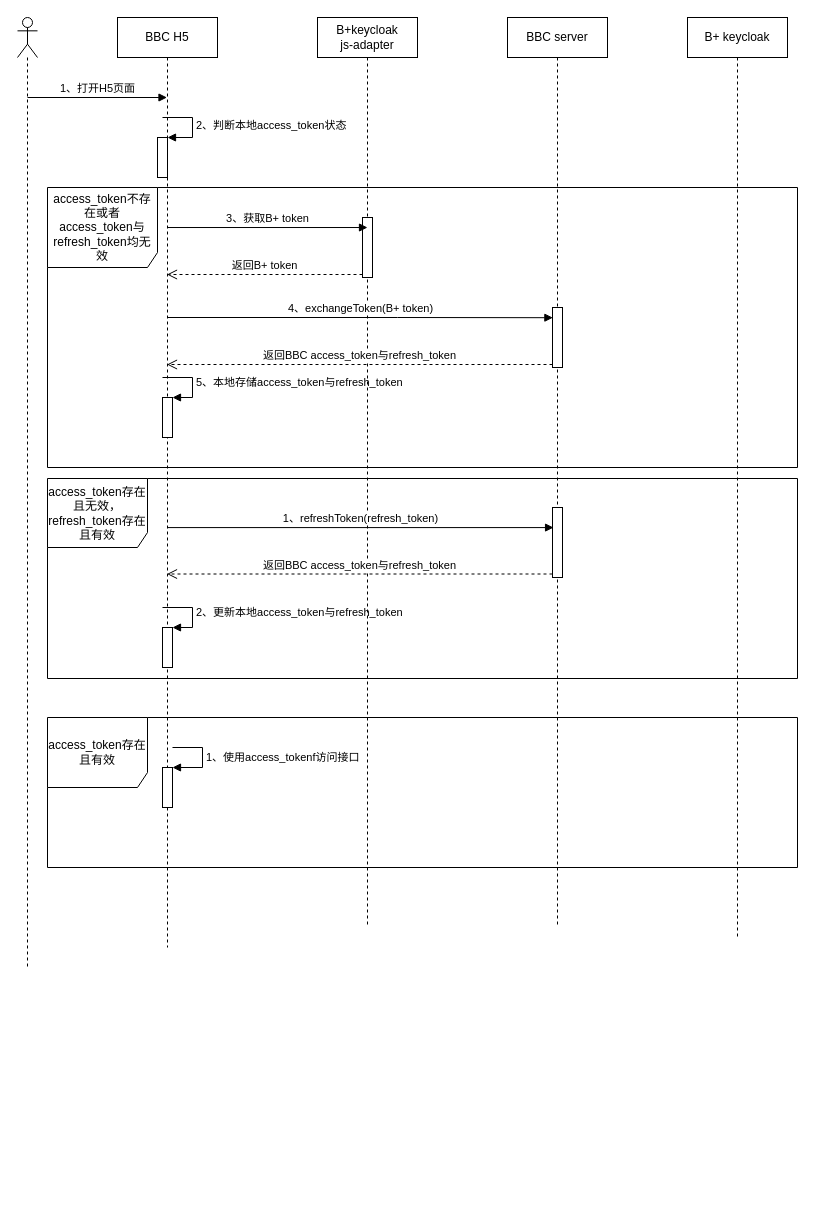
Before: BBC授权流程.drawio in huturenji/drawio, a draw.io diagram. Source tidied: cells renumbered, new cells numbered last; positions are measured from the earlier drawing's top-left corner, leaving out a move shared by most shapes. Both pictures are drawn from the tidied source at 100%, with x=0, y=0 at pixel (17, 17).
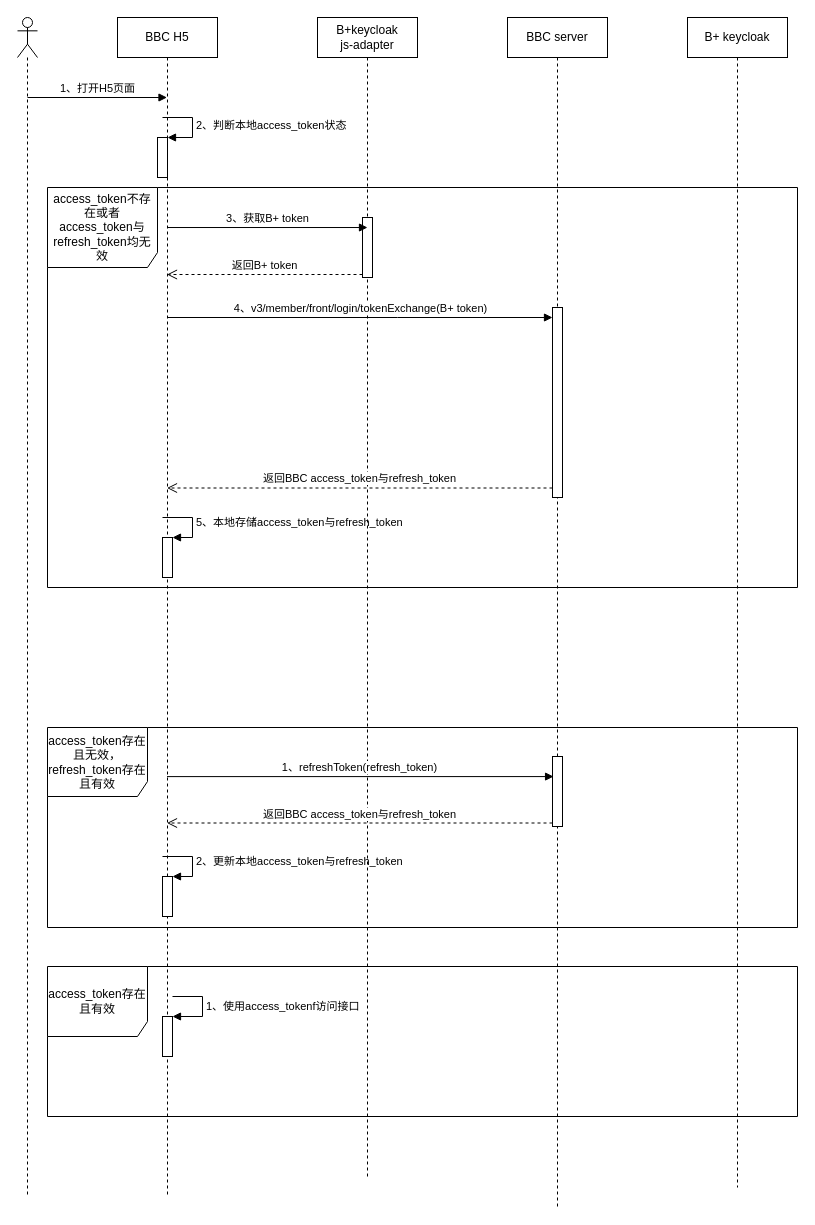
The same diagram, later.

Commit message:
更新BBC授权流程.drawio

Change to the diagram source:
```diff
@@
     <mxCell id="2" value="access_token存在且无效，refresh_token存在且有效" style="shape=umlFrame;whiteSpace=wrap;html=1;width=100;height=69;" parent="1" vertex="1">
-      <mxGeometry x="30" y="461" width="750" height="200" as="geometry" />
+      <mxGeometry x="30" y="710" width="750" height="200" as="geometry" />
     </mxCell>
     <mxCell id="3" value="access_token不存在或者access_token与refresh_token均无效" style="shape=umlFrame;whiteSpace=wrap;html=1;width=110;height=80;" parent="1" vertex="1">
-      <mxGeometry x="30" y="170" width="750" height="280" as="geometry" />
+      <mxGeometry x="30" y="170" width="750" height="400" as="geometry" />
     </mxCell>
     <mxCell id="4" value="BBC H5" style="shape=umlLifeline;perimeter=lifelinePerimeter;whiteSpace=wrap;html=1;outlineConnect=0;" parent="1" vertex="1">
-      <mxGeometry x="100" width="100" height="930" as="geometry" />
+      <mxGeometry x="100" width="100" height="1180" as="geometry" />
     </mxCell>
@@
     <mxCell id="7" style="html=1;points=[];perimeter=orthogonalPerimeter;" parent="4" vertex="1">
-      <mxGeometry x="45" y="380" width="10" height="40" as="geometry" />
+      <mxGeometry x="45" y="520" width="10" height="40" as="geometry" />
     </mxCell>
     <mxCell id="8" value="5、本地存储access_token与refresh_token" style="edgeStyle=orthogonalEdgeStyle;html=1;align=left;spacingLeft=2;endArrow=block;rounded=0;entryX=1;entryY=0;" parent="4" edge="1" target="7">
       <mxGeometry relative="1" as="geometry">
-        <mxPoint x="45" y="360" as="sourcePoint" />
+        <mxPoint x="45" y="500" as="sourcePoint" />
         <Array as="points">
-          <mxPoint x="45" y="360" />
-          <mxPoint x="75" y="360" />
-          <mxPoint x="75" y="380" />
+          <mxPoint x="45" y="500" />
+          <mxPoint x="75" y="500" />
+          <mxPoint x="75" y="520" />
         </Array>
       </mxGeometry>
     </mxCell>
     <mxCell id="9" style="html=1;points=[];perimeter=orthogonalPerimeter;" parent="4" vertex="1">
-      <mxGeometry x="45" y="610" width="10" height="40" as="geometry" />
+      <mxGeometry x="45" y="859" width="10" height="40" as="geometry" />
     </mxCell>
     <mxCell id="10" value="2、更新本地access_token与refresh_token" style="edgeStyle=orthogonalEdgeStyle;html=1;align=left;spacingLeft=2;endArrow=block;rounded=0;entryX=1;entryY=0;" parent="4" edge="1" target="9">
       <mxGeometry relative="1" as="geometry">
-        <mxPoint x="45" y="590" as="sourcePoint" />
+        <mxPoint x="45" y="839" as="sourcePoint" />
         <Array as="points">
-          <mxPoint x="75" y="590" />
+          <mxPoint x="75" y="839" />
         </Array>
       </mxGeometry>
     </mxCell>
     <mxCell id="11" value="BBC server" style="shape=umlLifeline;perimeter=lifelinePerimeter;whiteSpace=wrap;html=1;" parent="1" vertex="1">
-      <mxGeometry x="490" width="100" height="910" as="geometry" />
+      <mxGeometry x="490" width="100" height="1190" as="geometry" />
     </mxCell>
     <mxCell id="12" style="html=1;points=[];perimeter=orthogonalPerimeter;" parent="11" vertex="1">
-      <mxGeometry x="45" y="290" width="10" height="60" as="geometry" />
+      <mxGeometry x="45" y="290" width="10" height="190" as="geometry" />
     </mxCell>
     <mxCell id="13" style="html=1;points=[];perimeter=orthogonalPerimeter;" parent="11" vertex="1">
-      <mxGeometry x="45" y="490" width="10" height="70" as="geometry" />
+      <mxGeometry x="45" y="739" width="10" height="70" as="geometry" />
     </mxCell>
     <mxCell id="14" style="shape=umlLifeline;participant=umlActor;perimeter=lifelinePerimeter;whiteSpace=wrap;html=1;verticalAlign=top;spacingTop=36;" parent="1" vertex="1">
-      <mxGeometry width="20" height="950" as="geometry" />
+      <mxGeometry width="20" height="1180" as="geometry" />
     </mxCell>
@@
     <mxCell id="16" value="B+ keycloak" style="shape=umlLifeline;perimeter=lifelinePerimeter;whiteSpace=wrap;html=1;" parent="1" vertex="1">
-      <mxGeometry x="670" width="100" height="920" as="geometry" />
+      <mxGeometry x="670" width="100" height="1170" as="geometry" />
     </mxCell>
     <mxCell id="17" value="B+keycloak&lt;br&gt;js-adapter" style="shape=umlLifeline;perimeter=lifelinePerimeter;whiteSpace=wrap;html=1;" parent="1" vertex="1">
-      <mxGeometry x="300" width="100" height="910" as="geometry" />
+      <mxGeometry x="300" width="100" height="1160" as="geometry" />
     </mxCell>
@@
-    <mxCell id="21" value="4、exchangeToken(B+ token)" style="html=1;verticalAlign=bottom;endArrow=block;rounded=0;entryX=0.038;entryY=0.17;entryDx=0;entryDy=0;entryPerimeter=0;" parent="1" edge="1" source="4" target="12">
+    <mxCell id="21" value="4、v3/member/front/login/tokenExchange(B+ token)" style="html=1;verticalAlign=bottom;endArrow=block;rounded=0;" parent="1" edge="1" source="4" target="12">
       <mxGeometry relative="1" as="geometry">
         <Array as="points">
           <mxPoint x="380" y="300" />
         </Array>
       </mxGeometry>
     </mxCell>
@@
     <mxCell id="23" value="access_token存在且有效" style="shape=umlFrame;whiteSpace=wrap;html=1;width=100;height=70;" parent="1" vertex="1">
-      <mxGeometry x="30" y="700" width="750" height="150" as="geometry" />
+      <mxGeometry x="30" y="949" width="750" height="150" as="geometry" />
     </mxCell>
-    <mxCell id="24" value="1、refreshToken(refresh_token)" style="html=1;verticalAlign=bottom;endArrow=block;entryX=0.107;entryY=0.287;rounded=0;entryDx=0;entryDy=0;entryPerimeter=0;" parent="1" edge="1" source="4" target="13">
-      <mxGeometry relative="1" as="geometry" />
+    <mxCell id="24" value="1、refreshToken(refresh_token)" style="html=1;verticalAlign=bottom;endArrow=block;entryX=0.107;entryY=0.287;rounded=0;entryDx=0;entryDy=0;entryPerimeter=0;" parent="1" edge="1" target="13">
+      <mxGeometry relative="1" as="geometry">
+        <mxPoint x="149.5" y="759.1" as="sourcePoint" />
+      </mxGeometry>
     </mxCell>
-    <mxCell id="25" value="返回BBC access_token与refresh_token" style="html=1;verticalAlign=bottom;endArrow=open;dashed=1;endSize=8;exitX=0;exitY=0.95;rounded=0;" parent="1" edge="1" source="13" target="4">
-      <mxGeometry relative="1" as="geometry" />
+    <mxCell id="25" value="返回BBC access_token与refresh_token" style="html=1;verticalAlign=bottom;endArrow=open;dashed=1;endSize=8;exitX=0;exitY=0.95;rounded=0;" parent="1" edge="1" source="13">
+      <mxGeometry relative="1" as="geometry">
+        <mxPoint x="149.5" y="805.5" as="targetPoint" />
+      </mxGeometry>
     </mxCell>
     <mxCell id="26" style="html=1;points=[];perimeter=orthogonalPerimeter;" parent="1" vertex="1">
-      <mxGeometry x="145" y="750" width="10" height="40" as="geometry" />
+      <mxGeometry x="145" y="999" width="10" height="40" as="geometry" />
     </mxCell>
     <mxCell id="27" value="1、使用access_tokenf访问接口" style="edgeStyle=orthogonalEdgeStyle;html=1;align=left;spacingLeft=2;endArrow=block;rounded=0;entryX=1;entryY=0;" parent="1" edge="1" target="26">
       <mxGeometry relative="1" as="geometry">
-        <mxPoint x="155" y="730" as="sourcePoint" />
+        <mxPoint x="155" y="979" as="sourcePoint" />
         <Array as="points">
-          <mxPoint x="185" y="730" />
+          <mxPoint x="185" y="979" />
         </Array>
       </mxGeometry>
     </mxCell>
```
